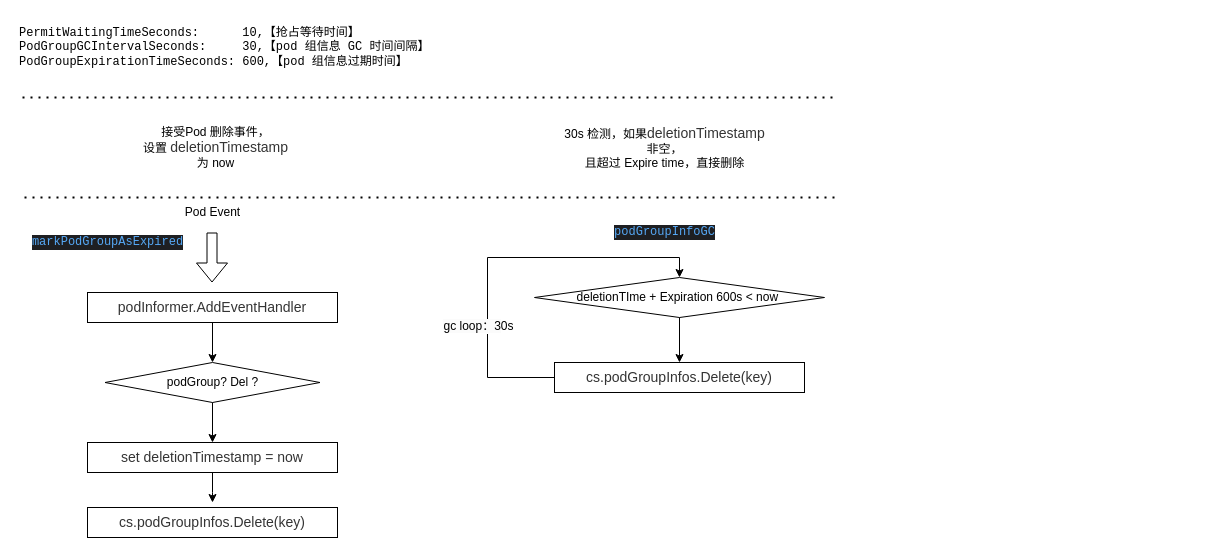
Before: conscheduling.drawio in cityofwang/beats, a draw.io diagram. Source tidied: cells renumbered, new cells numbered last; positions are measured from the earlier drawing's top-left corner, leaving out a move shared by most shapes. Both pictures are drawn from the tidied source at 100%, with x=0, y=0 at pixel (17, 17).
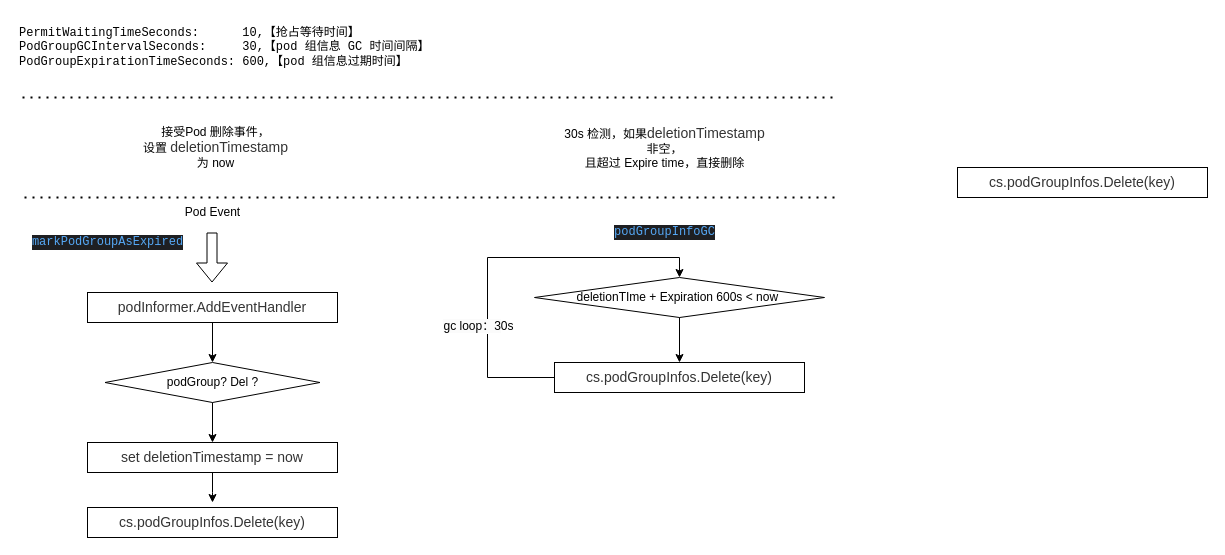
The same diagram, later.

The edit, as a diff of the source:
```diff
@@
+    <mxCell id="23" value="&lt;span style=&quot;color: rgb(52, 52, 52); font-family: Arial, &amp;quot;PingFang SC&amp;quot;, Helvetica, &amp;quot;Microsoft YaHei&amp;quot;, &amp;quot;Helvetica Neue&amp;quot;, &amp;quot;Hiragino Sans GB&amp;quot;, &amp;quot;WenQuanYi Micro Hei&amp;quot;, sans-seri; font-size: 14px; text-align: start; white-space-collapse: preserve; background-color: rgb(255, 255, 255);&quot;&gt;cs.podGroupInfos.Delete(key)&lt;/span&gt;" style="rounded=0;whiteSpace=wrap;html=1;labelBackgroundColor=none;fillColor=none;" parent="1" vertex="1">
+      <mxGeometry x="940" y="150" width="250" height="30" as="geometry" />
+    </mxCell>
```
